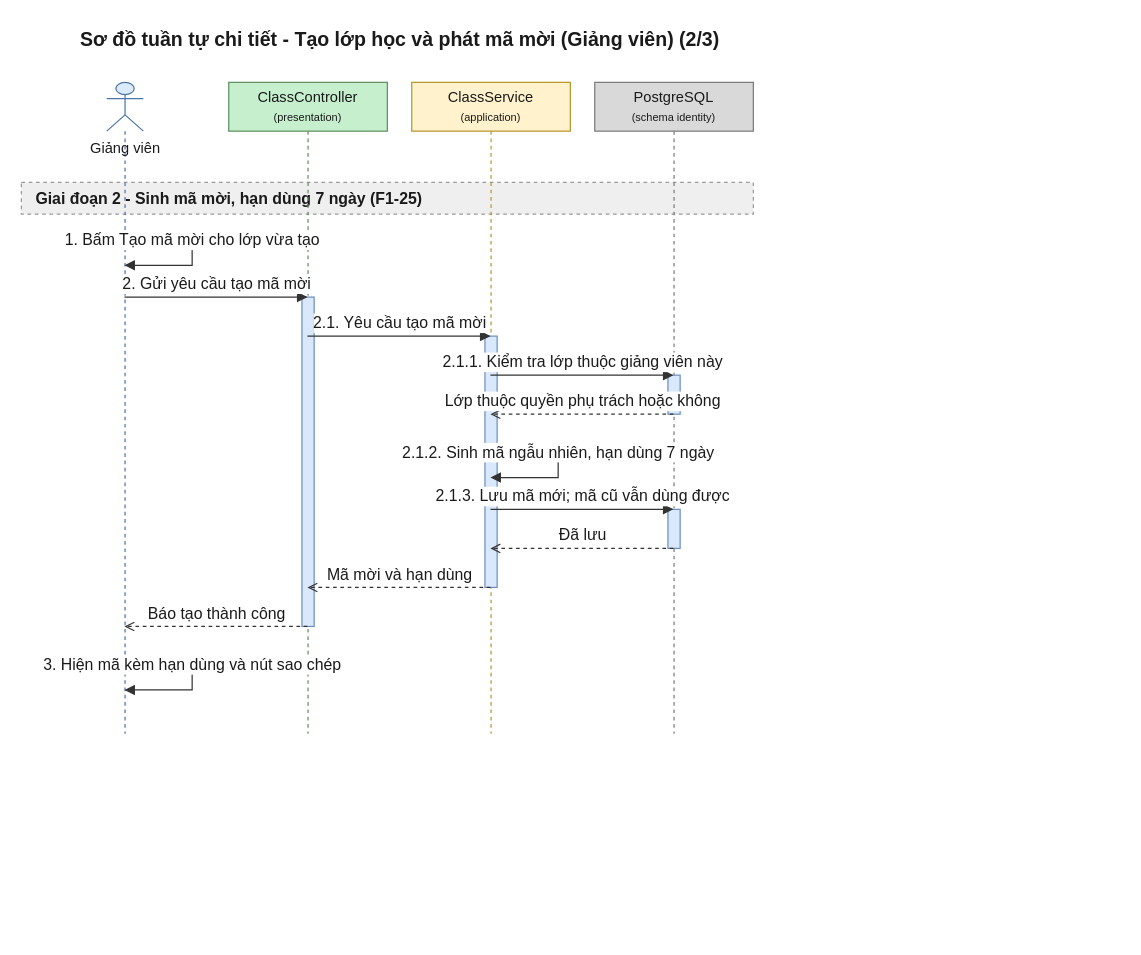
Earlier version of the draw.io diagram 08-diagram/sequence/gv/sequence_gv_tao_lop_va_ma_moi_p2.drawio (daiphu1801/PRJ_ALGOPREP). Source tidied: cells renumbered, new cells numbered last; positions are measured from the earlier drawing's top-left corner, leaving out a move shared by most shapes. Both pictures are drawn from the tidied source at 122%, with x=0, y=0 at pixel (21, 21).
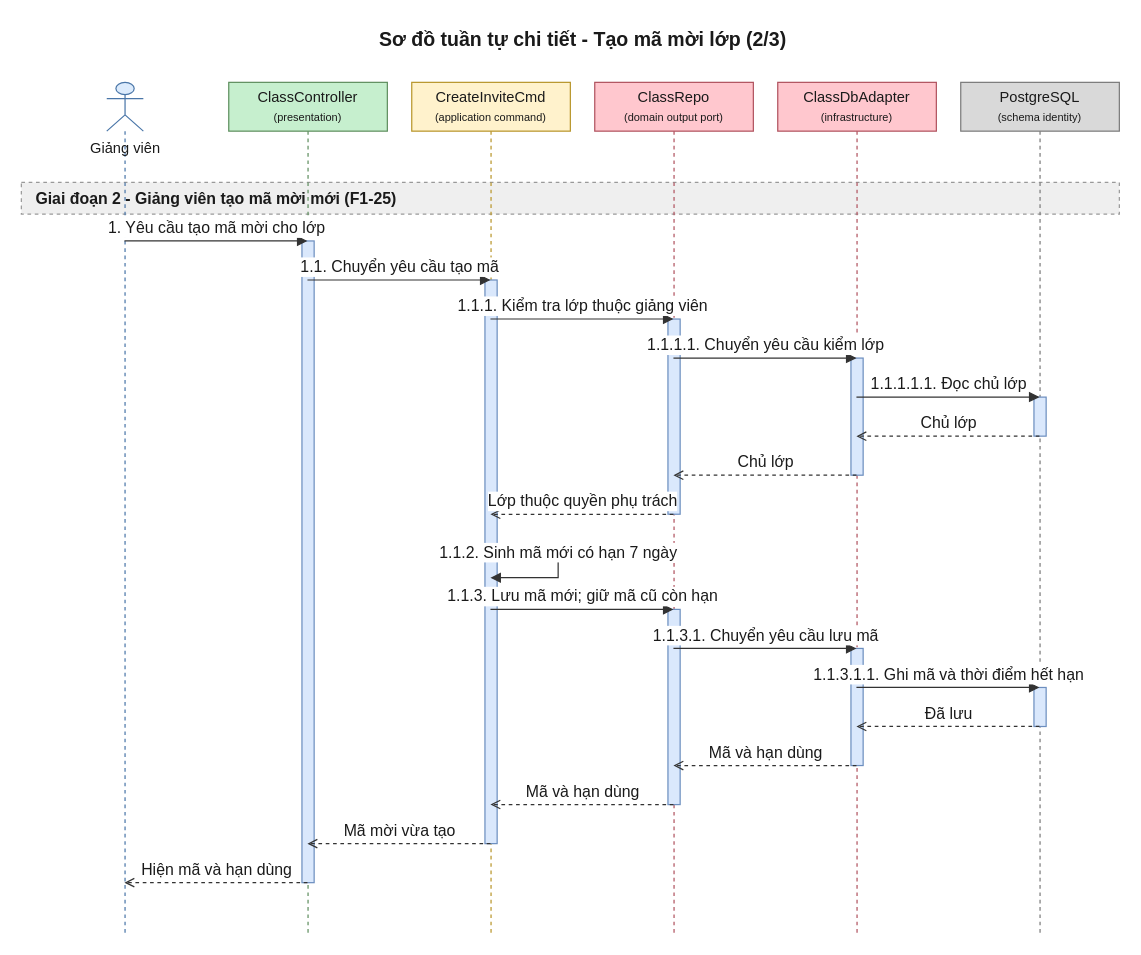
After the change.

The edit, as a diff of the source:
```diff
@@
-    <mxCell id="2" value="Sơ đồ tuần tự chi tiết - Tạo lớp học và phát mã mời (Giảng viên) (2/3)" style="text;html=1;fontSize=16;fontStyle=1;align=center;verticalAlign=middle;fontColor=#1A1A1A;" parent="1" vertex="1">
-      <mxGeometry x="20" width="580" height="30" as="geometry" />
+    <mxCell id="2" value="Sơ đồ tuần tự chi tiết - Tạo mã mời lớp (2/3)" style="text;html=1;fontSize=16;fontStyle=1;align=center;verticalAlign=middle;fontColor=#1A1A1A;" parent="1" vertex="1">
+      <mxGeometry x="20" width="880" height="30" as="geometry" />
     </mxCell>
-    <mxCell id="3" value="Giai đoạn 2 - Sinh mã mời, hạn dùng 7 ngày (F1-25)" style="algoprep=phase;rounded=0;whiteSpace=wrap;html=1;fillColor=#EFEFEF;strokeColor=#999999;dashed=1;align=left;verticalAlign=middle;spacingLeft=10;fontColor=#1A1A1A;fontSize=13;fontStyle=1;" parent="1" vertex="1">
-      <mxGeometry y="132" width="600" height="26" as="geometry" />
+    <mxCell id="3" value="Giai đoạn 2 - Giảng viên tạo mã mời mới (F1-25)" style="algoprep=phase;rounded=0;whiteSpace=wrap;html=1;fillColor=#EFEFEF;strokeColor=#999999;dashed=1;align=left;verticalAlign=middle;spacingLeft=10;fontColor=#1A1A1A;fontSize=13;fontStyle=1;" parent="1" vertex="1">
+      <mxGeometry y="132" width="900" height="26" as="geometry" />
     </mxCell>
     <mxCell id="4" value="Giảng viên" style="shape=umlLifeline;participant=umlActor;perimeter=lifelinePerimeter;html=1;outlineConnect=0;size=40;verticalAlign=top;spacingTop=40;fillColor=#DCEBFC;strokeColor=#4A76A8;fontColor=#1A1A1A;" parent="1" vertex="1">
-      <mxGeometry x="70" y="50" width="30" height="534" as="geometry" />
+      <mxGeometry x="70" y="50" width="30" height="698" as="geometry" />
     </mxCell>
     <mxCell id="5" value="ClassController&lt;br&gt;&lt;font style=&quot;font-size:9px&quot;&gt;(presentation)&lt;/font&gt;" style="shape=umlLifeline;perimeter=lifelinePerimeter;whiteSpace=wrap;html=1;outlineConnect=0;size=40;fillColor=#C6EFCE;strokeColor=#5E8E5E;fontColor=#1A1A1A;" parent="1" vertex="1">
-      <mxGeometry x="170" y="50" width="130" height="534" as="geometry" />
+      <mxGeometry x="170" y="50" width="130" height="698" as="geometry" />
     </mxCell>
-    <mxCell id="6" value="ClassService&lt;br&gt;&lt;font style=&quot;font-size:9px&quot;&gt;(application)&lt;/font&gt;" style="shape=umlLifeline;perimeter=lifelinePerimeter;whiteSpace=wrap;html=1;outlineConnect=0;size=40;fillColor=#FFF2CC;strokeColor=#B8952A;fontColor=#1A1A1A;" parent="1" vertex="1">
-      <mxGeometry x="320" y="50" width="130" height="534" as="geometry" />
+    <mxCell id="6" value="CreateInviteCmd&lt;br&gt;&lt;font style=&quot;font-size:9px&quot;&gt;(application command)&lt;/font&gt;" style="shape=umlLifeline;perimeter=lifelinePerimeter;whiteSpace=wrap;html=1;outlineConnect=0;size=40;fillColor=#FFF2CC;strokeColor=#B8952A;fontColor=#1A1A1A;" parent="1" vertex="1">
+      <mxGeometry x="320" y="50" width="130" height="698" as="geometry" />
     </mxCell>
-    <mxCell id="7" value="PostgreSQL&lt;br&gt;&lt;font style=&quot;font-size:9px&quot;&gt;(schema identity)&lt;/font&gt;" style="shape=umlLifeline;perimeter=lifelinePerimeter;whiteSpace=wrap;html=1;outlineConnect=0;size=40;fillColor=#D9D9D9;strokeColor=#7A7A7A;fontColor=#1A1A1A;" parent="1" vertex="1">
-      <mxGeometry x="470" y="50" width="130" height="534" as="geometry" />
+    <mxCell id="7" value="ClassRepo&lt;br&gt;&lt;font style=&quot;font-size:9px&quot;&gt;(domain output port)&lt;/font&gt;" style="shape=umlLifeline;perimeter=lifelinePerimeter;whiteSpace=wrap;html=1;outlineConnect=0;size=40;fillColor=#FFC7CE;strokeColor=#B0525E;fontColor=#1A1A1A;" parent="1" vertex="1">
+      <mxGeometry x="470" y="50" width="130" height="698" as="geometry" />
     </mxCell>
-    <mxCell id="8" style="html=1;points=[[0,0,0,0,0],[0,1,0,0,0],[1,0,0,0,0],[1,1,0,0,0]];perimeter=orthogonalPerimeter;outlineConnect=0;targetShapes=umlLifeline;fillColor=#DAE8FC;strokeColor=#6C8EBF;" parent="7" vertex="1">
-      <mxGeometry x="60" y="240" width="10" height="32" as="geometry" />
+    <mxCell id="8" value="ClassDbAdapter&lt;br&gt;&lt;font style=&quot;font-size:9px&quot;&gt;(infrastructure)&lt;/font&gt;" style="shape=umlLifeline;perimeter=lifelinePerimeter;whiteSpace=wrap;html=1;outlineConnect=0;size=40;fillColor=#FFC7CE;strokeColor=#B0525E;fontColor=#1A1A1A;" parent="1" vertex="1">
+      <mxGeometry x="620" y="50" width="130" height="698" as="geometry" />
     </mxCell>
-    <mxCell id="9" style="html=1;points=[[0,0,0,0,0],[0,1,0,0,0],[1,0,0,0,0],[1,1,0,0,0]];perimeter=orthogonalPerimeter;outlineConnect=0;targetShapes=umlLifeline;fillColor=#DAE8FC;strokeColor=#6C8EBF;" parent="7" vertex="1">
-      <mxGeometry x="60" y="350" width="10" height="32" as="geometry" />
+    <mxCell id="9" value="PostgreSQL&lt;br&gt;&lt;font style=&quot;font-size:9px&quot;&gt;(schema identity)&lt;/font&gt;" style="shape=umlLifeline;perimeter=lifelinePerimeter;whiteSpace=wrap;html=1;outlineConnect=0;size=40;fillColor=#D9D9D9;strokeColor=#7A7A7A;fontColor=#1A1A1A;" parent="1" vertex="1">
+      <mxGeometry x="770" y="50" width="130" height="698" as="geometry" />
     </mxCell>
-    <mxCell id="10" style="html=1;perimeter=orthogonalPerimeter;targetShapes=umlLifeline;fillColor=#DAE8FC;strokeColor=#6C8EBF;" parent="6" vertex="1">
-      <mxGeometry x="60" y="208" width="10" height="206" as="geometry" />
+    <mxCell id="10" style="html=1;perimeter=orthogonalPerimeter;targetShapes=umlLifeline;fillColor=#DAE8FC;strokeColor=#6C8EBF;" parent="9" vertex="1">
+      <mxGeometry x="60" y="258" width="10" height="32" as="geometry" />
     </mxCell>
-    <mxCell id="11" style="html=1;perimeter=orthogonalPerimeter;targetShapes=umlLifeline;fillColor=#DAE8FC;strokeColor=#6C8EBF;" parent="5" vertex="1">
-      <mxGeometry x="60" y="176" width="10" height="270" as="geometry" />
+    <mxCell id="11" style="html=1;perimeter=orthogonalPerimeter;targetShapes=umlLifeline;fillColor=#DAE8FC;strokeColor=#6C8EBF;" parent="8" vertex="1">
+      <mxGeometry x="60" y="226" width="10" height="96" as="geometry" />
     </mxCell>
-    <mxCell id="12" value="1. Bấm Tạo mã mời cho lớp vừa tạo" style="edgeStyle=orthogonalEdgeStyle;rounded=0;html=1;endArrow=block;endFill=1;strokeColor=#333333;fontColor=#1A1A1A;fontSize=13;verticalAlign=bottom;exitX=0.5;exitY=0.2434;exitDx=0;exitDy=0;entryX=0.5;entryY=0.2809;entryDx=0;entryDy=0;" parent="1" edge="1" source="4" target="4">
-      <mxGeometry relative="1" as="geometry">
-        <Array as="points">
-          <mxPoint x="140" y="180" />
-          <mxPoint x="140" y="200" />
-        </Array>
-      </mxGeometry>
-    </mxCell>
-    <mxCell id="13" value="2. Gửi yêu cầu tạo mã mời" style="edgeStyle=none;html=1;endArrow=block;endFill=1;strokeColor=#333333;fontColor=#1A1A1A;fontSize=13;verticalAlign=bottom;exitX=0.5;exitY=0.3296;exitDx=0;exitDy=0;entryX=0.5;entryY=0.3296;entryDx=0;entryDy=0;" parent="1" edge="1" source="4" target="5">
-      <mxGeometry relative="1" as="geometry" />
-    </mxCell>
-    <mxCell id="14" value="2.1. Yêu cầu tạo mã mời" style="edgeStyle=none;html=1;endArrow=block;endFill=1;strokeColor=#333333;fontColor=#1A1A1A;fontSize=13;verticalAlign=bottom;exitX=0.5;exitY=0.3895;exitDx=0;exitDy=0;entryX=0.5;entryY=0.3895;entryDx=0;entryDy=0;" parent="1" edge="1" source="5" target="6">
-      <mxGeometry relative="1" as="geometry" />
-    </mxCell>
-    <mxCell id="15" value="2.1.1. Kiểm tra lớp thuộc giảng viên này" style="edgeStyle=none;html=1;endArrow=block;endFill=1;strokeColor=#333333;fontColor=#1A1A1A;fontSize=13;verticalAlign=bottom;exitX=0.5;exitY=0.4494;exitDx=0;exitDy=0;entryX=0.5;entryY=0.4494;entryDx=0;entryDy=0;" parent="1" edge="1" source="6" target="7">
-      <mxGeometry relative="1" as="geometry" />
-    </mxCell>
-    <mxCell id="16" value="Lớp thuộc quyền phụ trách hoặc không" style="edgeStyle=none;html=1;endArrow=open;endFill=0;dashed=1;strokeColor=#333333;fontColor=#1A1A1A;fontSize=13;verticalAlign=bottom;exitX=0.5;exitY=0.5094;exitDx=0;exitDy=0;entryX=0.5;entryY=0.5094;entryDx=0;entryDy=0;" parent="1" edge="1" source="7" target="6">
-      <mxGeometry relative="1" as="geometry" />
-    </mxCell>
-    <mxCell id="17" value="2.1.2. Sinh mã ngẫu nhiên, hạn dùng 7 ngày" style="edgeStyle=orthogonalEdgeStyle;rounded=0;html=1;endArrow=block;endFill=1;strokeColor=#333333;fontColor=#1A1A1A;fontSize=13;verticalAlign=bottom;exitX=0.5;exitY=0.5693;exitDx=0;exitDy=0;entryX=0.5;entryY=0.6067;entryDx=0;entryDy=0;" parent="1" edge="1" source="6" target="6">
-      <mxGeometry relative="1" as="geometry">
-        <Array as="points">
-          <mxPoint x="440" y="354" />
-          <mxPoint x="440" y="374" />
-        </Array>
-      </mxGeometry>
-    </mxCell>
+    <mxCell id="23" style="html=1;perimeter=orthogonalPerimeter;targetShapes=umlLifeline;fillColor=#DAE8FC;strokeColor=#6C8EBF;" parent="7" vertex="1">
+      <mxGeometry x="60" y="194" width="10" height="160" as="geometry" />
+    </mxCell>
+    <mxCell id="24" style="html=1;perimeter=orthogonalPerimeter;targetShapes=umlLifeline;fillColor=#DAE8FC;strokeColor=#6C8EBF;" parent="9" vertex="1">
+      <mxGeometry x="60" y="496" width="10" height="32" as="geometry" />
+    </mxCell>
+    <mxCell id="25" style="html=1;perimeter=orthogonalPerimeter;targetShapes=umlLifeline;fillColor=#DAE8FC;strokeColor=#6C8EBF;" parent="8" vertex="1">
+      <mxGeometry x="60" y="464" width="10" height="96" as="geometry" />
+    </mxCell>
+    <mxCell id="26" style="html=1;perimeter=orthogonalPerimeter;targetShapes=umlLifeline;fillColor=#DAE8FC;strokeColor=#6C8EBF;" parent="7" vertex="1">
+      <mxGeometry x="60" y="432" width="10" height="160" as="geometry" />
+    </mxCell>
+    <mxCell id="27" style="html=1;perimeter=orthogonalPerimeter;targetShapes=umlLifeline;fillColor=#DAE8FC;strokeColor=#6C8EBF;" parent="6" vertex="1">
+      <mxGeometry x="60" y="162" width="10" height="462" as="geometry" />
+    </mxCell>
+    <mxCell id="28" style="html=1;perimeter=orthogonalPerimeter;targetShapes=umlLifeline;fillColor=#DAE8FC;strokeColor=#6C8EBF;" parent="5" vertex="1">
+      <mxGeometry x="60" y="130" width="10" height="526" as="geometry" />
+    </mxCell>
-    <mxCell id="18" value="2.1.3. Lưu mã mới; mã cũ vẫn dùng được" style="edgeStyle=none;html=1;endArrow=block;endFill=1;strokeColor=#333333;fontColor=#1A1A1A;fontSize=13;verticalAlign=bottom;exitX=0.5;exitY=0.6554;exitDx=0;exitDy=0;entryX=0.5;entryY=0.6554;entryDx=0;entryDy=0;" parent="1" edge="1" source="6" target="7">
+    <mxCell id="18" value="1. Yêu cầu tạo mã mời cho lớp" style="edgeStyle=none;html=1;endArrow=block;endFill=1;strokeColor=#333333;fontColor=#1A1A1A;fontSize=13;verticalAlign=bottom;exitX=0.5;exitY=0.1862;exitDx=0;exitDy=0;entryX=0.5;entryY=0.1862;entryDx=0;entryDy=0;" parent="1" edge="1" source="4" target="5">
       <mxGeometry relative="1" as="geometry" />
     </mxCell>
-    <mxCell id="19" value="Đã lưu" style="edgeStyle=none;html=1;endArrow=open;endFill=0;dashed=1;strokeColor=#333333;fontColor=#1A1A1A;fontSize=13;verticalAlign=bottom;exitX=0.5;exitY=0.7154;exitDx=0;exitDy=0;entryX=0.5;entryY=0.7154;entryDx=0;entryDy=0;" parent="1" edge="1" source="7" target="6">
+    <mxCell id="19" value="1.1. Chuyển yêu cầu tạo mã" style="edgeStyle=none;html=1;endArrow=block;endFill=1;strokeColor=#333333;fontColor=#1A1A1A;fontSize=13;verticalAlign=bottom;exitX=0.5;exitY=0.2321;exitDx=0;exitDy=0;entryX=0.5;entryY=0.2321;entryDx=0;entryDy=0;" parent="1" edge="1" source="5" target="6">
       <mxGeometry relative="1" as="geometry" />
     </mxCell>
-    <mxCell id="20" value="Mã mời và hạn dùng" style="edgeStyle=none;html=1;endArrow=open;endFill=0;dashed=1;strokeColor=#333333;fontColor=#1A1A1A;fontSize=13;verticalAlign=bottom;exitX=0.5;exitY=0.7753;exitDx=0;exitDy=0;entryX=0.5;entryY=0.7753;entryDx=0;entryDy=0;" parent="1" edge="1" source="6" target="5">
+    <mxCell id="20" value="1.1.1. Kiểm tra lớp thuộc giảng viên" style="edgeStyle=none;html=1;endArrow=block;endFill=1;strokeColor=#333333;fontColor=#1A1A1A;fontSize=13;verticalAlign=bottom;exitX=0.5;exitY=0.2779;exitDx=0;exitDy=0;entryX=0.5;entryY=0.2779;entryDx=0;entryDy=0;" parent="1" edge="1" source="6" target="7">
       <mxGeometry relative="1" as="geometry" />
     </mxCell>
-    <mxCell id="21" value="Báo tạo thành công" style="edgeStyle=none;html=1;endArrow=open;endFill=0;dashed=1;strokeColor=#333333;fontColor=#1A1A1A;fontSize=13;verticalAlign=bottom;exitX=0.5;exitY=0.8352;exitDx=0;exitDy=0;entryX=0.5;entryY=0.8352;entryDx=0;entryDy=0;" parent="1" edge="1" source="5" target="4">
+    <mxCell id="21" value="1.1.1.1. Chuyển yêu cầu kiểm lớp" style="edgeStyle=none;html=1;endArrow=block;endFill=1;strokeColor=#333333;fontColor=#1A1A1A;fontSize=13;verticalAlign=bottom;exitX=0.5;exitY=0.3238;exitDx=0;exitDy=0;entryX=0.5;entryY=0.3238;entryDx=0;entryDy=0;" parent="1" edge="1" source="7" target="8">
       <mxGeometry relative="1" as="geometry" />
     </mxCell>
-    <mxCell id="22" value="3. Hiện mã kèm hạn dùng và nút sao chép" style="edgeStyle=orthogonalEdgeStyle;rounded=0;html=1;endArrow=block;endFill=1;strokeColor=#333333;fontColor=#1A1A1A;fontSize=13;verticalAlign=bottom;exitX=0.5;exitY=0.8951;exitDx=0;exitDy=0;entryX=0.5;entryY=0.9326;entryDx=0;entryDy=0;" parent="1" edge="1" source="4" target="4">
-      <mxGeometry relative="1" as="geometry">
-        <Array as="points">
-          <mxPoint x="140" y="528" />
-          <mxPoint x="140" y="548" />
-        </Array>
-      </mxGeometry>
+    <mxCell id="22" value="1.1.1.1.1. Đọc chủ lớp" style="edgeStyle=none;html=1;endArrow=block;endFill=1;strokeColor=#333333;fontColor=#1A1A1A;fontSize=13;verticalAlign=bottom;exitX=0.5;exitY=0.3696;exitDx=0;exitDy=0;entryX=0.5;entryY=0.3696;entryDx=0;entryDy=0;" parent="1" edge="1" source="8" target="9">
+      <mxGeometry relative="1" as="geometry" />
     </mxCell>
+    <mxCell id="29" value="Chủ lớp" style="edgeStyle=none;html=1;endArrow=open;endFill=0;dashed=1;strokeColor=#333333;fontColor=#1A1A1A;fontSize=13;verticalAlign=bottom;exitX=0.5;exitY=0.4155;exitDx=0;exitDy=0;entryX=0.5;entryY=0.4155;entryDx=0;entryDy=0;" parent="1" edge="1" source="9" target="8">
+      <mxGeometry relative="1" as="geometry" />
+    </mxCell>
+    <mxCell id="30" value="Chủ lớp" style="edgeStyle=none;html=1;endArrow=open;endFill=0;dashed=1;strokeColor=#333333;fontColor=#1A1A1A;fontSize=13;verticalAlign=bottom;exitX=0.5;exitY=0.4613;exitDx=0;exitDy=0;entryX=0.5;entryY=0.4613;entryDx=0;entryDy=0;" parent="1" edge="1" source="8" target="7">
+      <mxGeometry relative="1" as="geometry" />
+    </mxCell>
+    <mxCell id="31" value="Lớp thuộc quyền phụ trách" style="edgeStyle=none;html=1;endArrow=open;endFill=0;dashed=1;strokeColor=#333333;fontColor=#1A1A1A;fontSize=13;verticalAlign=bottom;exitX=0.5;exitY=0.5072;exitDx=0;exitDy=0;entryX=0.5;entryY=0.5072;entryDx=0;entryDy=0;" parent="1" edge="1" source="7" target="6">
+      <mxGeometry relative="1" as="geometry" />
+    </mxCell>
+    <mxCell id="17" value="1.1.2. Sinh mã mới có hạn 7 ngày" style="edgeStyle=orthogonalEdgeStyle;rounded=0;html=1;endArrow=block;endFill=1;strokeColor=#333333;fontColor=#1A1A1A;fontSize=13;verticalAlign=bottom;exitX=0.5;exitY=0.5530;exitDx=0;exitDy=0;entryX=0.5;entryY=0.5817;entryDx=0;entryDy=0;" parent="1" edge="1" source="6" target="6">
+      <mxGeometry relative="1" as="geometry">
+        <Array as="points">
+          <mxPoint x="440" y="436" />
+          <mxPoint x="440" y="456" />
+        </Array>
+      </mxGeometry>
+    </mxCell>
+    <mxCell id="15" value="1.1.3. Lưu mã mới; giữ mã cũ còn hạn" style="edgeStyle=none;html=1;endArrow=block;endFill=1;strokeColor=#333333;fontColor=#1A1A1A;fontSize=13;verticalAlign=bottom;exitX=0.5;exitY=0.6189;exitDx=0;exitDy=0;entryX=0.5;entryY=0.6189;entryDx=0;entryDy=0;" parent="1" edge="1" source="6" target="7">
+      <mxGeometry relative="1" as="geometry" />
+    </mxCell>
+    <mxCell id="32" value="1.1.3.1. Chuyển yêu cầu lưu mã" style="edgeStyle=none;html=1;endArrow=block;endFill=1;strokeColor=#333333;fontColor=#1A1A1A;fontSize=13;verticalAlign=bottom;exitX=0.5;exitY=0.6648;exitDx=0;exitDy=0;entryX=0.5;entryY=0.6648;entryDx=0;entryDy=0;" parent="1" edge="1" source="7" target="8">
+      <mxGeometry relative="1" as="geometry" />
+    </mxCell>
+    <mxCell id="33" value="1.1.3.1.1. Ghi mã và thời điểm hết hạn" style="edgeStyle=none;html=1;endArrow=block;endFill=1;strokeColor=#333333;fontColor=#1A1A1A;fontSize=13;verticalAlign=bottom;exitX=0.5;exitY=0.7106;exitDx=0;exitDy=0;entryX=0.5;entryY=0.7106;entryDx=0;entryDy=0;" parent="1" edge="1" source="8" target="9">
+      <mxGeometry relative="1" as="geometry" />
+    </mxCell>
+    <mxCell id="34" value="Đã lưu" style="edgeStyle=none;html=1;endArrow=open;endFill=0;dashed=1;strokeColor=#333333;fontColor=#1A1A1A;fontSize=13;verticalAlign=bottom;exitX=0.5;exitY=0.7564;exitDx=0;exitDy=0;entryX=0.5;entryY=0.7564;entryDx=0;entryDy=0;" parent="1" edge="1" source="9" target="8">
+      <mxGeometry relative="1" as="geometry" />
+    </mxCell>
+    <mxCell id="35" value="Mã và hạn dùng" style="edgeStyle=none;html=1;endArrow=open;endFill=0;dashed=1;strokeColor=#333333;fontColor=#1A1A1A;fontSize=13;verticalAlign=bottom;exitX=0.5;exitY=0.8023;exitDx=0;exitDy=0;entryX=0.5;entryY=0.8023;entryDx=0;entryDy=0;" parent="1" edge="1" source="8" target="7">
+      <mxGeometry relative="1" as="geometry" />
+    </mxCell>
+    <mxCell id="36" value="Mã và hạn dùng" style="edgeStyle=none;html=1;endArrow=open;endFill=0;dashed=1;strokeColor=#333333;fontColor=#1A1A1A;fontSize=13;verticalAlign=bottom;exitX=0.5;exitY=0.8481;exitDx=0;exitDy=0;entryX=0.5;entryY=0.8481;entryDx=0;entryDy=0;" parent="1" edge="1" source="7" target="6">
+      <mxGeometry relative="1" as="geometry" />
+    </mxCell>
+    <mxCell id="37" value="Mã mời vừa tạo" style="edgeStyle=none;html=1;endArrow=open;endFill=0;dashed=1;strokeColor=#333333;fontColor=#1A1A1A;fontSize=13;verticalAlign=bottom;exitX=0.5;exitY=0.8940;exitDx=0;exitDy=0;entryX=0.5;entryY=0.8940;entryDx=0;entryDy=0;" parent="1" edge="1" source="6" target="5">
+      <mxGeometry relative="1" as="geometry" />
+    </mxCell>
+    <mxCell id="38" value="Hiện mã và hạn dùng" style="edgeStyle=none;html=1;endArrow=open;endFill=0;dashed=1;strokeColor=#333333;fontColor=#1A1A1A;fontSize=13;verticalAlign=bottom;exitX=0.5;exitY=0.9398;exitDx=0;exitDy=0;entryX=0.5;entryY=0.9398;entryDx=0;entryDy=0;" parent="1" edge="1" source="5" target="4">
+      <mxGeometry relative="1" as="geometry" />
+    </mxCell>
```
